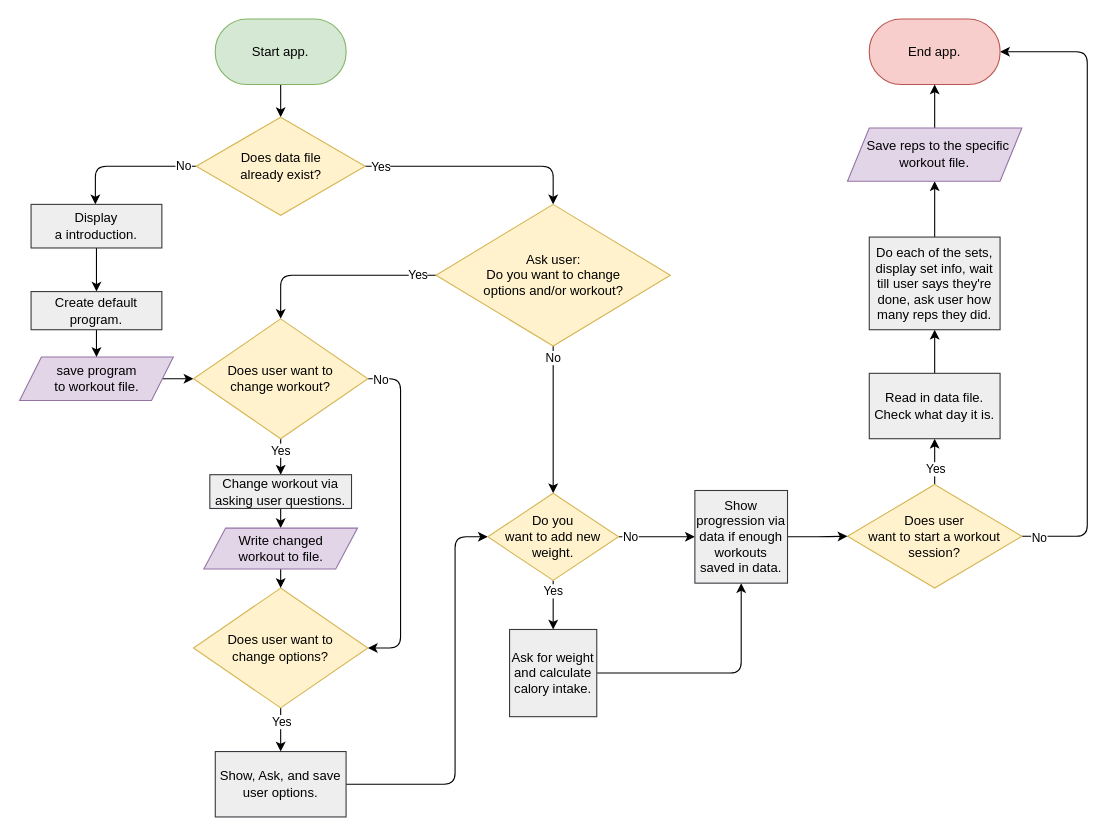
Before: documentation/flowchart.drawio in Brian-ED/P1-fitness, a draw.io diagram. Source tidied: cells renumbered, new cells numbered last; positions are measured from the earlier drawing's top-left corner, leaving out a move shared by most shapes. Both pictures are drawn from the tidied source at 109%, with x=0, y=0 at pixel (19, 19).
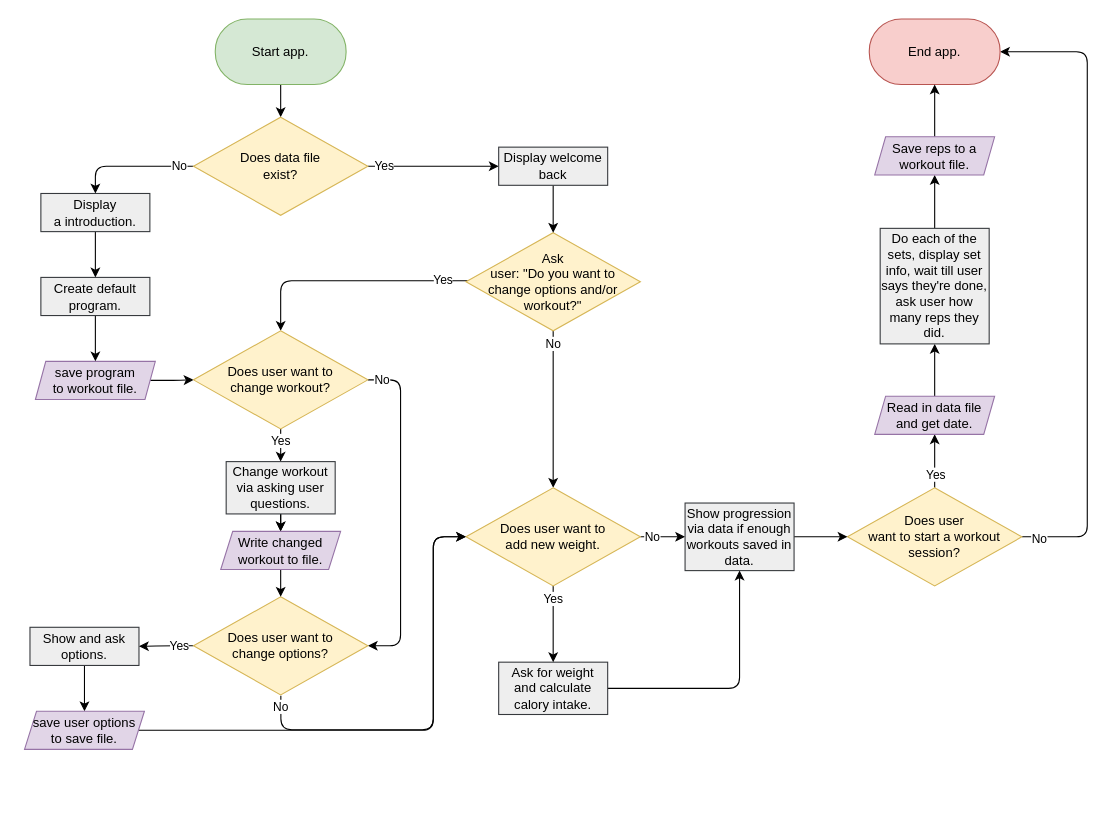
After the change.

The change refers to these unchanged cells:
```xml
<mxCell id="4" style="edgeStyle=orthogonalEdgeStyle;html=1;" parent="1" edge="1" source="8" target="10">
  <mxGeometry relative="1" as="geometry">
    <Array as="points">
      <mxPoint x="70" y="135" />
    </Array>
  </mxGeometry>
</mxCell>
<mxCell id="33" style="edgeStyle=orthogonalEdgeStyle;html=1;" parent="1" edge="1" source="35" target="43">
  <mxGeometry relative="1" as="geometry" />
</mxCell>
```

What changed in the source:
```diff
@@
     <mxCell id="5" value="No" style="edgeLabel;html=1;align=center;verticalAlign=middle;" parent="4" vertex="1">
       <mxGeometry x="-0.71" y="-3" relative="1" as="geometry">
-        <mxPoint x="6" y="2" as="offset" />
+        <mxPoint x="3" y="2" as="offset" />
       </mxGeometry>
     </mxCell>
-    <mxCell id="6" style="edgeStyle=orthogonalEdgeStyle;html=1;" parent="1" edge="1" source="8" target="15">
-      <mxGeometry relative="1" as="geometry">
-        <Array as="points">
-          <mxPoint x="490" y="135" />
-        </Array>
-      </mxGeometry>
+    <mxCell id="6" style="edgeStyle=orthogonalEdgeStyle;html=1;" parent="1" edge="1" source="8" target="63">
+      <mxGeometry relative="1" as="geometry" />
     </mxCell>
     <mxCell id="7" value="Yes" style="edgeLabel;html=1;align=center;verticalAlign=middle;" parent="6" vertex="1">
       <mxGeometry x="-0.82" y="3" relative="1" as="geometry">
-        <mxPoint x="-5" y="3" as="offset" />
+        <mxPoint x="3" y="2" as="offset" />
       </mxGeometry>
     </mxCell>
-    <mxCell id="8" value="Does data file &lt;br&gt;already exist?" style="rhombus;whiteSpace=wrap;html=1;fillColor=#fff2cc;strokeColor=#d6b656;" parent="1" vertex="1">
-      <mxGeometry x="162.5" y="90" width="155" height="90" as="geometry" />
+    <mxCell id="8" value="Does data file &lt;br&gt;exist?" style="rhombus;whiteSpace=wrap;html=1;fillColor=#fff2cc;strokeColor=#d6b656;" parent="1" vertex="1">
+      <mxGeometry x="160" y="90" width="160" height="90" as="geometry" />
     </mxCell>
@@
-    <mxCell id="10" value="Display&lt;br&gt;a introduction." style="rounded=0;whiteSpace=wrap;html=1;fillColor=#eeeeee;strokeColor=#36393d;" parent="1" vertex="1">
-      <mxGeometry x="11" y="170" width="120" height="40" as="geometry" />
+    <mxCell id="10" value="Display&lt;br&gt;a introduction." style="rounded=0;whiteSpace=wrap;html=1;fillColor=#eeeeee;strokeColor=#36393d;fontStyle=0;" parent="1" vertex="1">
+      <mxGeometry x="20" y="160" width="100" height="35" as="geometry" />
     </mxCell>
     <mxCell id="11" style="edgeStyle=orthogonalEdgeStyle;html=1;" parent="1" edge="1" source="15" target="23">
       <mxGeometry relative="1" as="geometry">
         <Array as="points">
-          <mxPoint x="240" y="235" />
+          <mxPoint x="240" y="240" />
         </Array>
       </mxGeometry>
     </mxCell>
@@
-    <mxCell id="15" value="Ask user:&lt;br&gt;Do you want to change&lt;br&gt;options and/or workout?" style="rhombus;whiteSpace=wrap;html=1;fillColor=#fff2cc;strokeColor=#d6b656;" parent="1" vertex="1">
-      <mxGeometry x="382.5" y="170" width="215" height="130" as="geometry" />
+    <mxCell id="15" value="Ask&lt;br&gt;user: &quot;Do you want to&lt;br&gt;change options and/or workout?&quot;" style="rhombus;whiteSpace=wrap;html=1;fillColor=#fff2cc;strokeColor=#d6b656;" parent="1" vertex="1">
+      <mxGeometry x="410" y="196" width="160" height="90" as="geometry" />
     </mxCell>
-    <mxCell id="16" style="edgeStyle=orthogonalEdgeStyle;html=1;entryX=0;entryY=0.5;entryDx=0;entryDy=0;" parent="1" edge="1" source="17" target="35">
-      <mxGeometry relative="1" as="geometry">
-        <Array as="points">
-          <mxPoint x="400" y="702" />
-          <mxPoint x="400" y="475" />
-        </Array>
-      </mxGeometry>
-    </mxCell>
+    <mxCell id="55" style="edgeStyle=orthogonalEdgeStyle;html=1;" parent="1" edge="1" source="17" target="61">
+      <mxGeometry relative="1" as="geometry" />
+    </mxCell>
-    <mxCell id="17" value="Show, Ask, and save user options." style="whiteSpace=wrap;html=1;rounded=0;fillColor=#eeeeee;strokeColor=#36393d;" parent="1" vertex="1">
-      <mxGeometry x="180" y="672" width="120" height="60" as="geometry" />
+    <mxCell id="17" value="Show and ask options." style="whiteSpace=wrap;html=1;rounded=0;fillColor=#eeeeee;strokeColor=#36393d;" parent="1" vertex="1">
+      <mxGeometry x="10" y="558" width="100" height="35" as="geometry" />
     </mxCell>
-    <mxCell id="18" style="edgeStyle=orthogonalEdgeStyle;html=1;" parent="1" edge="1" source="49" target="23">
+    <mxCell id="18" style="edgeStyle=orthogonalEdgeStyle;html=1;entryX=0;entryY=0.5;entryDx=0;entryDy=0;" parent="1" edge="1" source="49" target="23">
       <mxGeometry relative="1" as="geometry" />
     </mxCell>
@@
-    <mxCell id="21" style="edgeStyle=orthogonalEdgeStyle;html=1;entryX=1;entryY=0.5;entryDx=0;entryDy=0;" parent="1" edge="1" source="23" target="28">
+    <mxCell id="21" style="edgeStyle=orthogonalEdgeStyle;html=1;exitX=1;exitY=0.5;exitDx=0;exitDy=0;" parent="1" edge="1" source="23" target="28">
       <mxGeometry relative="1" as="geometry">
         <Array as="points">
-          <mxPoint x="350" y="330" />
-          <mxPoint x="350" y="577" />
+          <mxPoint x="350" y="331" />
+          <mxPoint x="350" y="575" />
         </Array>
       </mxGeometry>
     </mxCell>
     <mxCell id="22" value="No" style="edgeLabel;html=1;align=center;verticalAlign=middle;" parent="21" vertex="1">
       <mxGeometry x="-0.8" relative="1" as="geometry">
-        <mxPoint x="-19" y="-1" as="offset" />
+        <mxPoint x="-18" y="-1" as="offset" />
       </mxGeometry>
     </mxCell>
     <mxCell id="23" value="Does user want to&lt;br&gt;change workout?" style="rhombus;whiteSpace=wrap;html=1;rounded=0;fillColor=#fff2cc;strokeColor=#d6b656;" parent="1" vertex="1">
-      <mxGeometry x="160" y="275" width="160" height="110" as="geometry" />
+      <mxGeometry x="160" y="286" width="160" height="90" as="geometry" />
     </mxCell>
@@
+    <mxCell id="56" style="edgeStyle=orthogonalEdgeStyle;html=1;" parent="1" edge="1" source="25" target="51">
+      <mxGeometry relative="1" as="geometry" />
+    </mxCell>
     <mxCell id="25" value="Change workout via asking user questions." style="rounded=0;whiteSpace=wrap;html=1;fillColor=#eeeeee;strokeColor=#36393d;" parent="1" vertex="1">
-      <mxGeometry x="175" y="418" width="130" height="31" as="geometry" />
+      <mxGeometry x="190" y="406" width="100" height="48" as="geometry" />
     </mxCell>
-    <mxCell id="26" style="edgeStyle=orthogonalEdgeStyle;html=1;" parent="1" edge="1" source="28" target="17">
+    <mxCell id="26" style="edgeStyle=orthogonalEdgeStyle;html=1;exitX=0;exitY=0.5;exitDx=0;exitDy=0;" parent="1" edge="1" source="28" target="17">
       <mxGeometry relative="1" as="geometry" />
     </mxCell>
     <mxCell id="27" value="Yes" style="edgeLabel;html=1;align=center;verticalAlign=middle;" parent="26" vertex="1">
-      <mxGeometry x="-0.39" relative="1" as="geometry" />
+      <mxGeometry x="-0.39" relative="1" as="geometry">
+        <mxPoint x="1" y="-1" as="offset" />
+      </mxGeometry>
     </mxCell>
+    <mxCell id="57" style="edgeStyle=orthogonalEdgeStyle;html=1;exitX=0.501;exitY=1.008;exitDx=0;exitDy=0;exitPerimeter=0;entryX=0;entryY=0.5;entryDx=0;entryDy=0;" parent="1" edge="1" source="28" target="35">
+      <mxGeometry relative="1" as="geometry">
+        <Array as="points">
+          <mxPoint x="240" y="652" />
+          <mxPoint x="380" y="652" />
+          <mxPoint x="380" y="475" />
+        </Array>
+      </mxGeometry>
+    </mxCell>
+    <mxCell id="58" value="No" style="edgeLabel;html=1;align=center;verticalAlign=middle;" parent="57" vertex="1">
+      <mxGeometry x="-0.57" y="-3" relative="1" as="geometry">
+        <mxPoint x="-50" y="-25" as="offset" />
+      </mxGeometry>
+    </mxCell>
     <mxCell id="28" value="Does user want to&lt;br&gt;change options?" style="rhombus;whiteSpace=wrap;html=1;rounded=0;fillColor=#fff2cc;strokeColor=#d6b656;" parent="1" vertex="1">
-      <mxGeometry x="160" y="522" width="160" height="110" as="geometry" />
+      <mxGeometry x="160" y="530" width="160" height="90" as="geometry" />
     </mxCell>
@@
     <mxCell id="30" value="Ask for weight and calculate calory intake." style="whiteSpace=wrap;html=1;fillColor=#eeeeee;strokeColor=#36393d;" parent="1" vertex="1">
-      <mxGeometry x="450" y="560" width="80" height="80" as="geometry" />
+      <mxGeometry x="440" y="590" width="100" height="48" as="geometry" />
     </mxCell>
@@
     <mxCell id="34" value="No" style="edgeLabel;html=1;align=center;verticalAlign=middle;" parent="33" vertex="1">
       <mxGeometry x="-0.84" y="1" relative="1" as="geometry">
-        <mxPoint x="4" as="offset" />
+        <mxPoint x="7" as="offset" />
       </mxGeometry>
     </mxCell>
-    <mxCell id="35" value="Do you&lt;br&gt;want to add new weight." style="rhombus;whiteSpace=wrap;html=1;fillColor=#fff2cc;strokeColor=#d6b656;" parent="1" vertex="1">
-      <mxGeometry x="430" y="435" width="120" height="80" as="geometry" />
+    <mxCell id="35" value="Does user want to&lt;br&gt;add new weight." style="rhombus;whiteSpace=wrap;html=1;fillColor=#fff2cc;strokeColor=#d6b656;" parent="1" vertex="1">
+      <mxGeometry x="410" y="430" width="160" height="90" as="geometry" />
     </mxCell>
-    <mxCell id="36" style="edgeStyle=orthogonalEdgeStyle;html=1;" parent="1" edge="1" source="40" target="45">
+    <mxCell id="36" style="edgeStyle=orthogonalEdgeStyle;html=1;" parent="1" edge="1" source="40" target="59">
       <mxGeometry relative="1" as="geometry" />
     </mxCell>
     <mxCell id="37" value="Yes" style="edgeLabel;html=1;align=center;verticalAlign=middle;" parent="36" vertex="1">
       <mxGeometry x="-0.75" y="1" relative="1" as="geometry">
-        <mxPoint x="1" y="-10" as="offset" />
+        <mxPoint x="1" y="-7" as="offset" />
       </mxGeometry>
     </mxCell>
@@
     <mxCell id="40" value="Does user&lt;br&gt;want to start a workout session?" style="rhombus;whiteSpace=wrap;html=1;fillColor=#fff2cc;strokeColor=#d6b656;" parent="1" vertex="1">
-      <mxGeometry x="760" y="427" width="160" height="95" as="geometry" />
+      <mxGeometry x="760" y="430" width="160" height="90" as="geometry" />
     </mxCell>
@@
     <mxCell id="43" value="Show progression via data if enough workouts saved in data." style="whiteSpace=wrap;html=1;fillColor=#eeeeee;strokeColor=#36393d;" parent="1" vertex="1">
-      <mxGeometry x="620" y="432.5" width="85" height="85" as="geometry" />
+      <mxGeometry x="611" y="444" width="100" height="62" as="geometry" />
     </mxCell>
-    <mxCell id="44" style="edgeStyle=orthogonalEdgeStyle;html=1;" parent="1" edge="1" source="45" target="47">
+    <mxCell id="44" style="edgeStyle=orthogonalEdgeStyle;html=1;" parent="1" edge="1" source="59" target="47">
       <mxGeometry relative="1" as="geometry" />
     </mxCell>
-    <mxCell id="45" value="Read in data file.&lt;br&gt;Check what day it is." style="rounded=0;whiteSpace=wrap;html=1;fillColor=#eeeeee;strokeColor=#36393d;" parent="1" vertex="1">
-      <mxGeometry x="780" y="325" width="120" height="60" as="geometry" />
-    </mxCell>
@@
     <mxCell id="47" value="Do each of the sets, display set info, wait till user says they're done, ask user how many reps they did." style="whiteSpace=wrap;html=1;rounded=0;fillColor=#eeeeee;strokeColor=#36393d;" parent="1" vertex="1">
-      <mxGeometry x="780" y="200" width="120" height="85" as="geometry" />
+      <mxGeometry x="790" y="192" width="100" height="106" as="geometry" />
     </mxCell>
@@
-    <mxCell id="49" value="save program&lt;br&gt;to workout file." style="shape=parallelogram;perimeter=parallelogramPerimeter;whiteSpace=wrap;html=1;fixedSize=1;fillColor=#e1d5e7;strokeColor=#9673a6;" parent="1" vertex="1">
-      <mxGeometry x="0.5" y="310" width="141" height="40" as="geometry" />
+    <mxCell id="49" value="save program&lt;br&gt;to workout file." style="shape=parallelogram;perimeter=parallelogramPerimeter;whiteSpace=wrap;html=1;fixedSize=1;fillColor=#e1d5e7;strokeColor=#9673a6;size=9.500000000000114;" parent="1" vertex="1">
+      <mxGeometry x="15" y="314" width="110" height="35" as="geometry" />
     </mxCell>
@@
-    <mxCell id="51" value="Write changed &lt;br&gt;workout to file." style="shape=parallelogram;perimeter=parallelogramPerimeter;whiteSpace=wrap;html=1;fixedSize=1;fillColor=#e1d5e7;strokeColor=#9673a6;" parent="1" vertex="1">
-      <mxGeometry x="169.5" y="467" width="141" height="37.5" as="geometry" />
+    <mxCell id="51" value="Write changed &lt;br&gt;workout to file." style="shape=parallelogram;perimeter=parallelogramPerimeter;whiteSpace=wrap;html=1;fixedSize=1;fillColor=#e1d5e7;strokeColor=#9673a6;size=11;" parent="1" vertex="1">
+      <mxGeometry x="185" y="470" width="110" height="35" as="geometry" />
     </mxCell>
@@
     <mxCell id="53" value="Create default program." style="rounded=0;whiteSpace=wrap;html=1;fillColor=#eeeeee;strokeColor=#36393d;" parent="1" vertex="1">
-      <mxGeometry x="11" y="250" width="120" height="35" as="geometry" />
+      <mxGeometry x="20" y="237" width="100" height="35" as="geometry" />
     </mxCell>
-    <mxCell id="54" value="&amp;nbsp; Save reps to the specific workout file." style="shape=parallelogram;perimeter=parallelogramPerimeter;whiteSpace=wrap;html=1;fixedSize=1;fillColor=#e1d5e7;strokeColor=#9673a6;" parent="1" vertex="1">
-      <mxGeometry x="760" y="100" width="160" height="48.8" as="geometry" />
+    <mxCell id="54" value="Save reps to a workout file." style="shape=parallelogram;perimeter=parallelogramPerimeter;whiteSpace=wrap;html=1;fixedSize=1;fillColor=#e1d5e7;strokeColor=#9673a6;size=10.000000000000227;" parent="1" vertex="1">
+      <mxGeometry x="785" y="108" width="110" height="35" as="geometry" />
     </mxCell>
+    <mxCell id="59" value="Read in data file and get date." style="shape=parallelogram;perimeter=parallelogramPerimeter;whiteSpace=wrap;html=1;fixedSize=1;fillColor=#e1d5e7;strokeColor=#9673a6;size=10.000000000000227;" parent="1" vertex="1">
+      <mxGeometry x="785" y="346" width="110" height="35" as="geometry" />
+    </mxCell>
+    <mxCell id="60" style="edgeStyle=orthogonalEdgeStyle;html=1;exitX=1;exitY=0.5;exitDx=0;exitDy=0;" parent="1" edge="1" source="61" target="35">
+      <mxGeometry relative="1" as="geometry">
+        <Array as="points">
+          <mxPoint x="380" y="653" />
+          <mxPoint x="380" y="475" />
+        </Array>
+      </mxGeometry>
+    </mxCell>
+    <mxCell id="61" value="save user options&lt;br&gt;to save file." style="shape=parallelogram;perimeter=parallelogramPerimeter;whiteSpace=wrap;html=1;fixedSize=1;fillColor=#e1d5e7;strokeColor=#9673a6;size=11;" parent="1" vertex="1">
+      <mxGeometry x="5" y="635" width="110" height="35" as="geometry" />
+    </mxCell>
+    <mxCell id="62" style="edgeStyle=none;html=1;" parent="1" edge="1" source="63" target="15">
+      <mxGeometry relative="1" as="geometry" />
+    </mxCell>
+    <mxCell id="63" value="Display welcome back" style="rounded=0;whiteSpace=wrap;html=1;fillColor=#eeeeee;strokeColor=#36393d;fontStyle=0;" parent="1" vertex="1">
+      <mxGeometry x="440" y="117.5" width="100" height="35" as="geometry" />
+    </mxCell>
```
